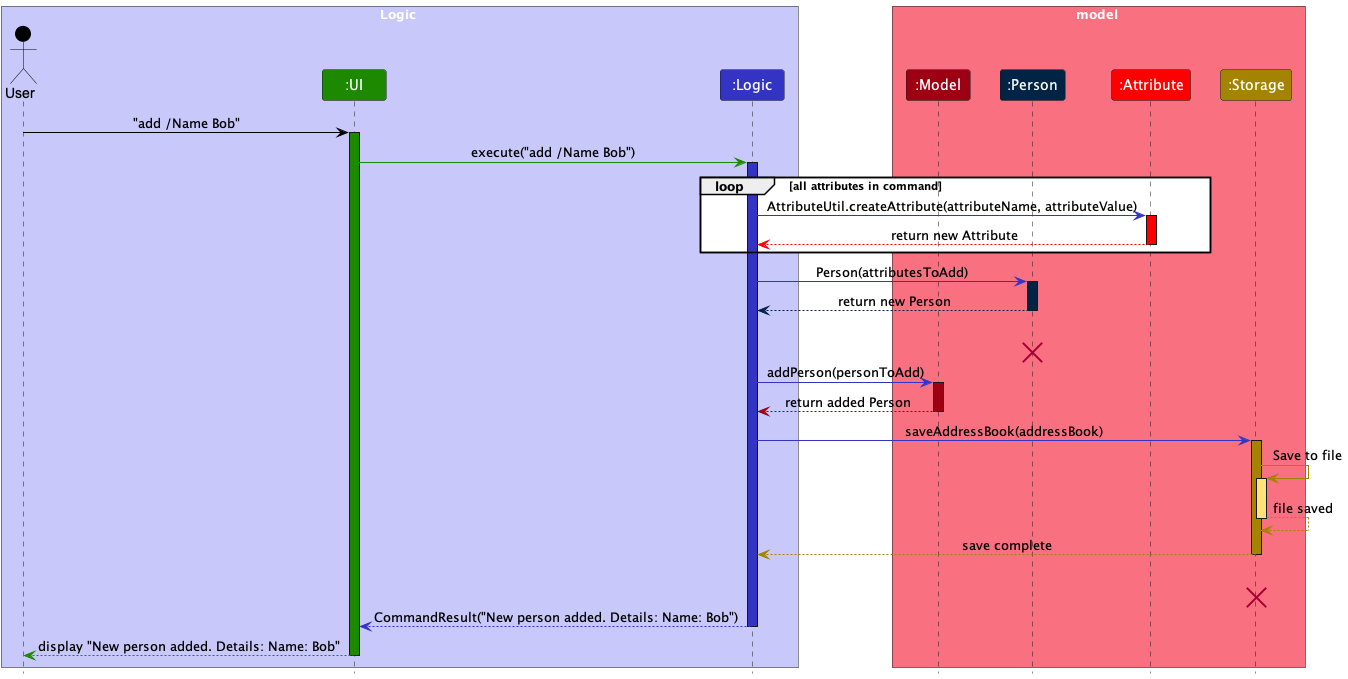
Above: docs/images/AddPersonSequenceDiagram.png in Emberlynn-Loo/tp (PlantUML), before the change.
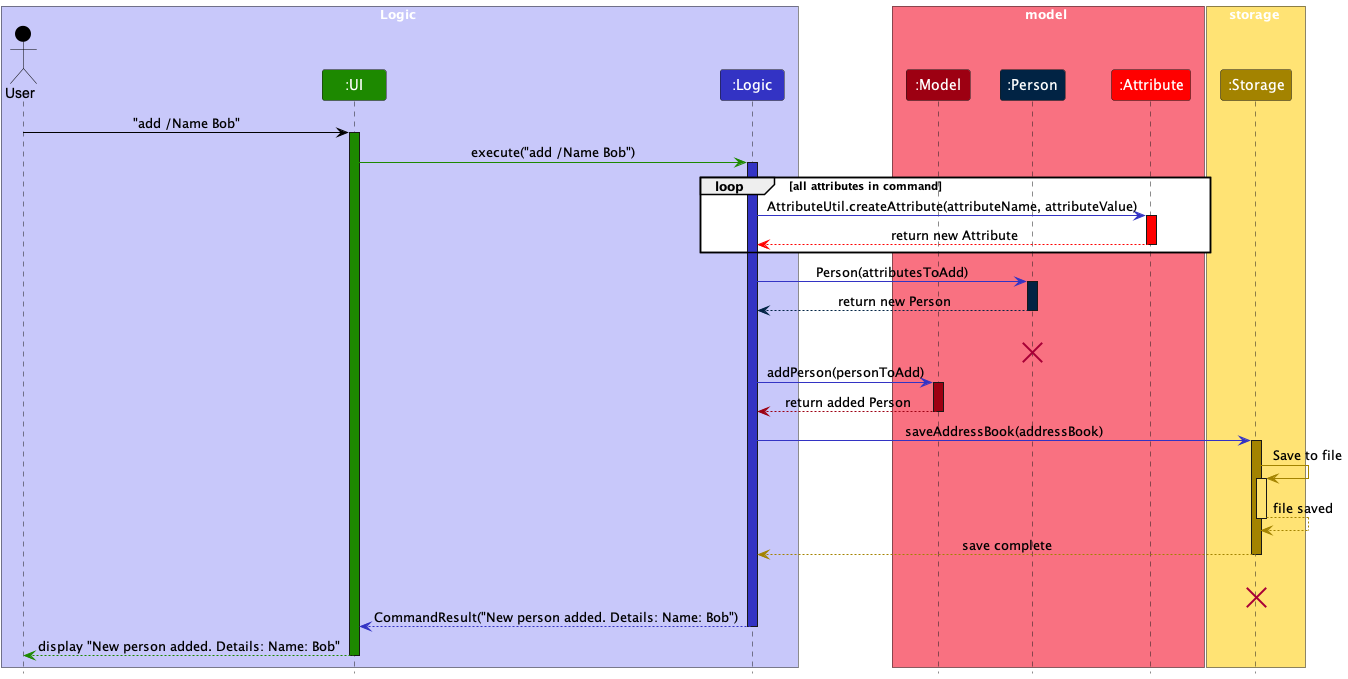
Above is the later version.

What changed in the source:
```diff
@@ -7,12 +7,17 @@
 Participant ":UI" as ui UI_COLOR
 Participant ":Logic" as logic LOGIC_COLOR
 end box
+
 box model MODEL_COLOR_T1
 Participant ":Model" as model MODEL_COLOR
 Participant ":Person" as person PERSON_COLOR
 Participant ":Attribute" as attribute ATTRIBUTE_COLOR
+end box
+
+box storage STORAGE_COLOR_T1
 Participant ":Storage" as storage STORAGE_COLOR
 end box
+
 user -[USER_COLOR]> ui : "add /Name Bob"
 activate ui UI_COLOR
 
```
